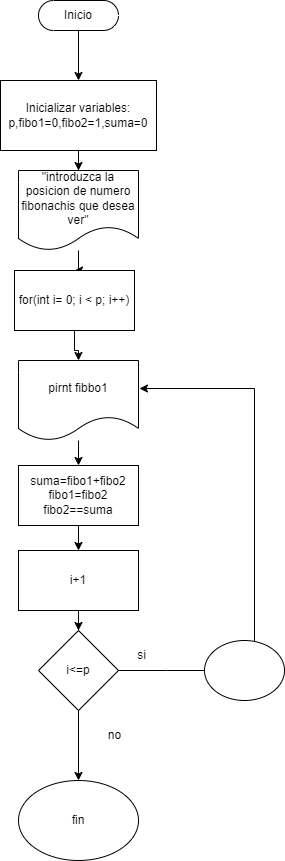
adogonz23/programacion keeps this draw.io diagram as Unidad-1/Tarea3_AdonayGG/images/Fibonachi2.png. Above is the earlier version. Source tidied: cells renumbered, new cells last; positions are measured from the earlier drawing's top-left corner, leaving out a move shared by most shapes.
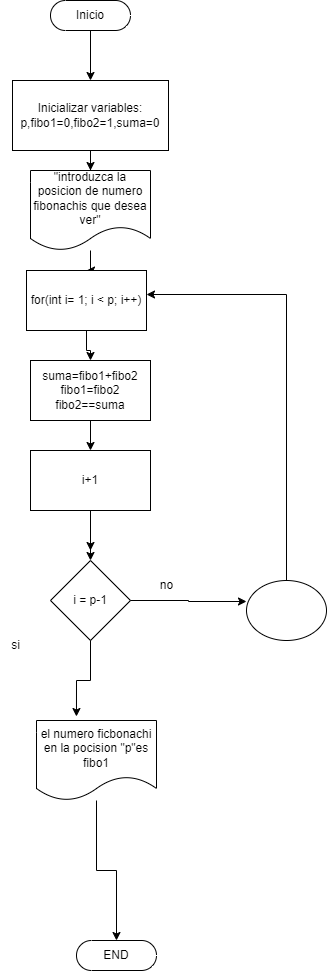
Later version of the same file.

Change to the diagram source:
```diff
@@ -20,61 +20,62 @@
     <mxCell id="7" value="&quot;introduzca la posicion de numero fibonachis que desea ver&quot;" style="shape=document;whiteSpace=wrap;html=1;boundedLbl=1;" parent="1" vertex="1">
       <mxGeometry x="18" y="170" width="120" height="80" as="geometry" />
     </mxCell>
-    <mxCell id="8" style="edgeStyle=orthogonalEdgeStyle;rounded=0;jettySize=auto;html=1;entryX=0.5;entryY=0;entryDx=0;entryDy=0;" parent="1" edge="1" source="9" target="11">
-      <mxGeometry relative="1" as="geometry" />
-    </mxCell>
+    <mxCell id="24" style="edgeStyle=orthogonalEdgeStyle;rounded=0;jettySize=auto;html=1;entryX=0.5;entryY=0;entryDx=0;entryDy=0;" parent="1" edge="1" source="9" target="13">
+      <mxGeometry relative="1" as="geometry" />
+    </mxCell>
-    <mxCell id="9" value="for(int i= 0; i &amp;lt; p; i++)" style="rounded=0;whiteSpace=wrap;html=1;" parent="1" vertex="1">
+    <mxCell id="9" value="for(int i= 1; i &amp;lt; p; i++)" style="rounded=0;whiteSpace=wrap;html=1;" parent="1" vertex="1">
       <mxGeometry x="14" y="270" width="120" height="60" as="geometry" />
     </mxCell>
-    <mxCell id="10" style="edgeStyle=orthogonalEdgeStyle;rounded=0;jettySize=auto;html=1;entryX=0.5;entryY=0;entryDx=0;entryDy=0;" parent="1" edge="1" source="11" target="13">
-      <mxGeometry relative="1" as="geometry" />
-    </mxCell>
-    <mxCell id="11" value="pirnt fibbo1" style="shape=document;whiteSpace=wrap;html=1;boundedLbl=1;" parent="1" vertex="1">
-      <mxGeometry x="18" y="360" width="120" height="80" as="geometry" />
-    </mxCell>
-    <mxCell id="12" style="edgeStyle=orthogonalEdgeStyle;rounded=0;jettySize=auto;html=1;entryX=0.5;entryY=0;entryDx=0;entryDy=0;" parent="1" edge="1" source="13">
+    <mxCell id="12" style="edgeStyle=orthogonalEdgeStyle;rounded=0;jettySize=auto;html=1;entryX=0.5;entryY=0;entryDx=0;entryDy=0;" parent="1" edge="1" source="15">
       <mxGeometry relative="1" as="geometry">
         <mxPoint x="78" y="550" as="targetPoint" />
       </mxGeometry>
     </mxCell>
     <mxCell id="13" value="suma=fibo1+fibo2&lt;br&gt;fibo1=fibo2&lt;br&gt;fibo2==suma" style="rounded=0;whiteSpace=wrap;html=1;" parent="1" vertex="1">
-      <mxGeometry x="18" y="465" width="120" height="60" as="geometry" />
+      <mxGeometry x="18" y="360" width="120" height="60" as="geometry" />
     </mxCell>
     <mxCell id="14" style="edgeStyle=orthogonalEdgeStyle;rounded=0;jettySize=auto;html=1;entryX=0.5;entryY=0;entryDx=0;entryDy=0;" parent="1" edge="1" source="15" target="18">
       <mxGeometry relative="1" as="geometry" />
     </mxCell>
+    <mxCell id="18" value="i = p-1" style="rhombus;whiteSpace=wrap;html=1;" parent="1" vertex="1">
+      <mxGeometry x="38" y="560" width="80" height="80" as="geometry" />
+    </mxCell>
+    <mxCell id="21" style="ellipse;whiteSpace=wrap;html=1;" parent="1" vertex="1">
+      <mxGeometry x="234" y="580" width="80" height="60" as="geometry" />
+    </mxCell>
+    <mxCell id="25" style="edgeStyle=orthogonalEdgeStyle;rounded=0;jettySize=auto;html=1;entryX=0.5;entryY=0;entryDx=0;entryDy=0;" parent="1" edge="1" source="13" target="15">
+      <mxGeometry relative="1" as="geometry" />
+    </mxCell>
     <mxCell id="15" value="i+1" style="rounded=0;whiteSpace=wrap;html=1;" parent="1" vertex="1">
-      <mxGeometry x="18" y="550" width="120" height="60" as="geometry" />
+      <mxGeometry x="18" y="450" width="120" height="60" as="geometry" />
     </mxCell>
-    <mxCell id="16" style="edgeStyle=orthogonalEdgeStyle;rounded=0;jettySize=auto;html=1;" parent="1" edge="1" source="18" target="19">
-      <mxGeometry relative="1" as="geometry" />
-    </mxCell>
-    <mxCell id="17" style="edgeStyle=orthogonalEdgeStyle;rounded=0;jettySize=auto;html=1;" parent="1" edge="1" source="18">
-      <mxGeometry relative="1" as="geometry">
-        <mxPoint x="214" y="670" as="targetPoint" />
-      </mxGeometry>
-    </mxCell>
-    <mxCell id="18" value="i&amp;lt;=p" style="rhombus;whiteSpace=wrap;html=1;" parent="1" vertex="1">
-      <mxGeometry x="38" y="630" width="80" height="80" as="geometry" />
-    </mxCell>
-    <mxCell id="19" value="fin" style="ellipse;whiteSpace=wrap;html=1;" parent="1" vertex="1">
-      <mxGeometry x="18" y="780" width="120" height="80" as="geometry" />
-    </mxCell>
+    <mxCell id="26" style="edgeStyle=orthogonalEdgeStyle;rounded=0;jettySize=auto;html=1;entryX=0;entryY=0.35;entryDx=0;entryDy=0;entryPerimeter=0;" parent="1" edge="1" source="18" target="21">
+      <mxGeometry relative="1" as="geometry" />
+    </mxCell>
     <mxCell id="20" value="no" style="text;html=1;align=center;verticalAlign=middle;strokeColor=none;fillColor=none;" parent="1" vertex="1">
-      <mxGeometry x="94" y="720" width="40" height="30" as="geometry" />
+      <mxGeometry x="134" y="570" width="40" height="30" as="geometry" />
     </mxCell>
-    <mxCell id="21" style="ellipse;whiteSpace=wrap;html=1;" parent="1" vertex="1">
-      <mxGeometry x="204" y="640" width="80" height="60" as="geometry" />
-    </mxCell>
+    <mxCell id="27" style="edgeStyle=orthogonalEdgeStyle;rounded=0;jettySize=auto;html=1;entryX=1;entryY=0.4;entryDx=0;entryDy=0;entryPerimeter=0;" parent="1" edge="1" source="21" target="9">
+      <mxGeometry relative="1" as="geometry">
+        <Array as="points">
+          <mxPoint x="274" y="294" />
+        </Array>
+      </mxGeometry>
+    </mxCell>
     <mxCell id="22" value="si" style="text;html=1;align=center;verticalAlign=middle;strokeColor=none;fillColor=none;" parent="1" vertex="1">
-      <mxGeometry x="126" y="640" width="30" height="30" as="geometry" />
+      <mxGeometry x="-12" y="630" width="30" height="30" as="geometry" />
     </mxCell>
-    <mxCell id="23" style="edgeStyle=orthogonalEdgeStyle;rounded=0;jettySize=auto;html=1;entryX=1.008;entryY=0.35;entryDx=0;entryDy=0;entryPerimeter=0;" parent="1" edge="1" source="21" target="11">
-      <mxGeometry relative="1" as="geometry">
-        <Array as="points">
-          <mxPoint x="254" y="388" />
-        </Array>
-      </mxGeometry>
-    </mxCell>
+    <mxCell id="28" value="el numero ficbonachi en la pocision &quot;p&quot;es fibo1" style="shape=document;whiteSpace=wrap;html=1;boundedLbl=1;" parent="1" vertex="1">
+      <mxGeometry x="24" y="720" width="120" height="80" as="geometry" />
+    </mxCell>
+    <mxCell id="29" style="edgeStyle=orthogonalEdgeStyle;rounded=0;jettySize=auto;html=1;entryX=0.333;entryY=-0.05;entryDx=0;entryDy=0;entryPerimeter=0;" parent="1" edge="1" source="18" target="28">
+      <mxGeometry relative="1" as="geometry" />
+    </mxCell>
+    <mxCell id="30" value="END" style="html=1;dashed=0;whiteSpace=wrap;shape=mxgraph.dfd.start;" parent="1" vertex="1">
+      <mxGeometry x="64" y="940" width="80" height="30" as="geometry" />
+    </mxCell>
+    <mxCell id="31" style="edgeStyle=orthogonalEdgeStyle;rounded=0;jettySize=auto;html=1;entryX=0.5;entryY=0.5;entryDx=0;entryDy=-15;entryPerimeter=0;" parent="1" edge="1" source="28" target="30">
+      <mxGeometry relative="1" as="geometry" />
+    </mxCell>
   </root>
 </mxGraphModel>
```
